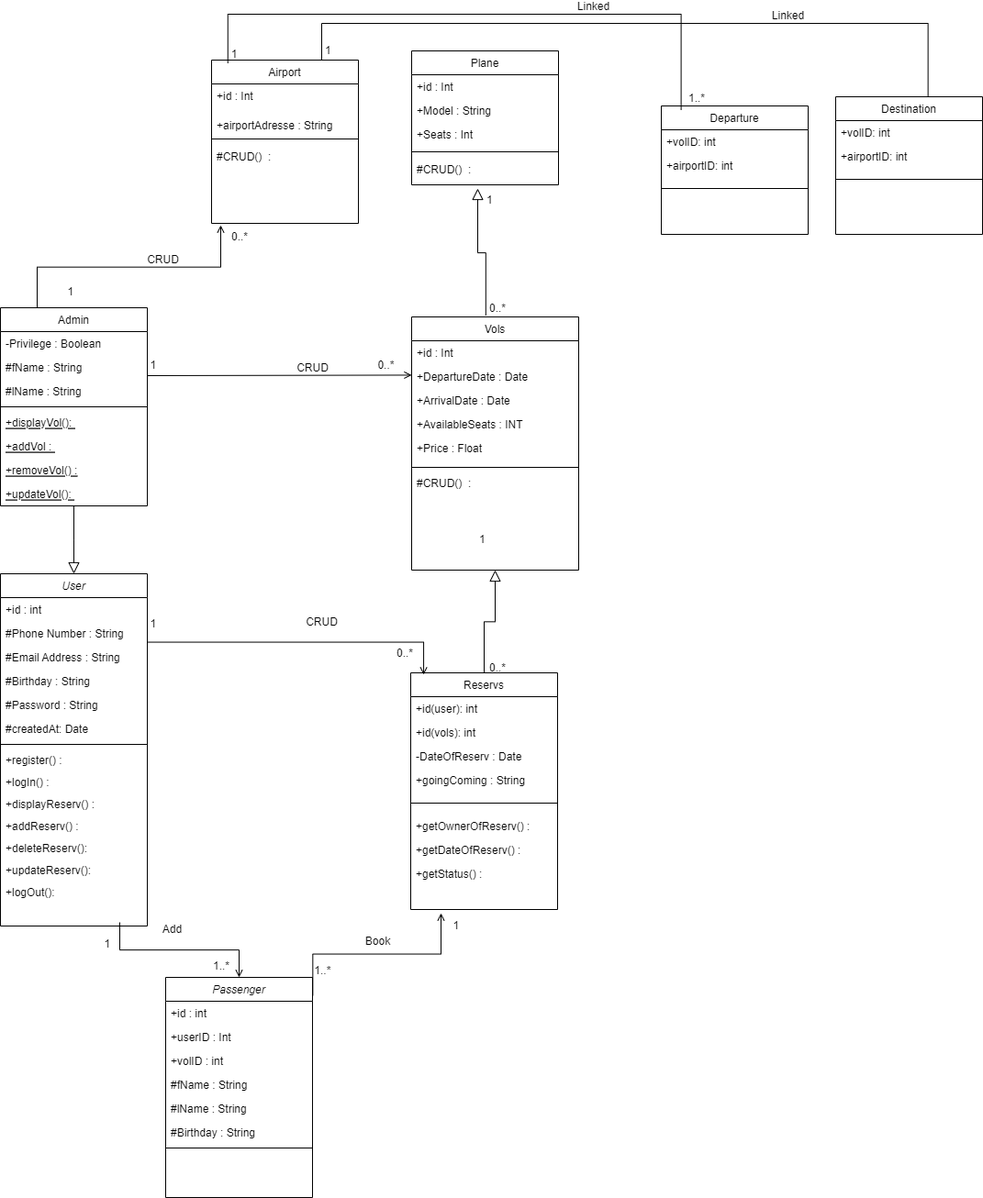
Earlier version of the draw.io export UML Conception/class diagram.png (mehdilagdimi/Flight-Resevation-Platform). Source tidied: cells renumbered, new cells last; positions are measured from the earlier drawing's top-left corner, leaving out a move shared by most shapes.
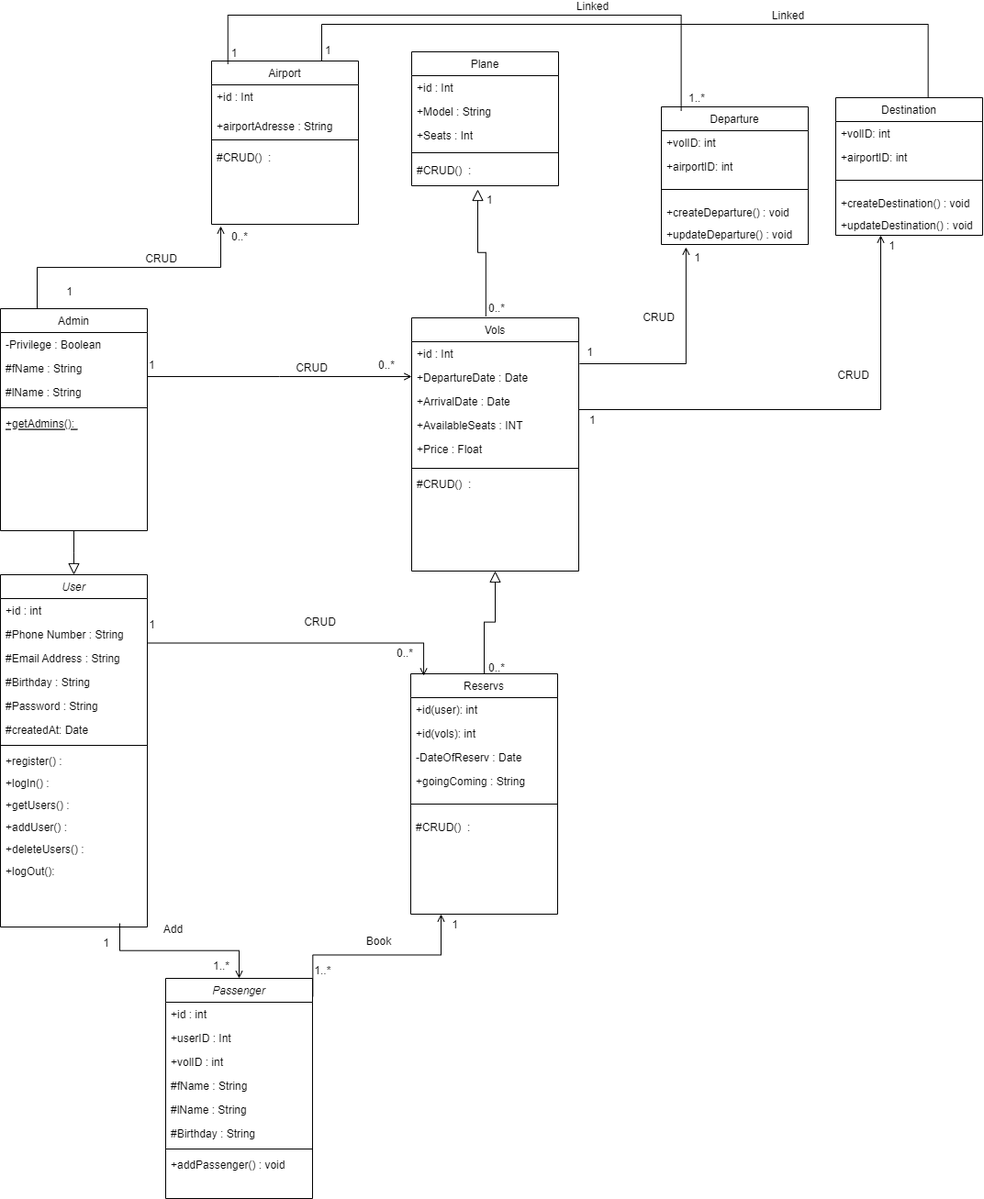
Above is the later version.

Diff of the diagram source:
```diff
@@ -32,23 +32,20 @@
     <mxCell id="11" value="+logIn() : " style="text;align=left;verticalAlign=top;spacingLeft=4;spacingRight=4;overflow=hidden;" parent="2" vertex="1">
       <mxGeometry y="214" width="160" height="24" as="geometry" />
     </mxCell>
-    <mxCell id="12" value="+displayReserv() : " style="text;align=left;verticalAlign=top;spacingLeft=4;spacingRight=4;overflow=hidden;" parent="2" vertex="1">
+    <mxCell id="12" value="+getUsers() : " style="text;align=left;verticalAlign=top;spacingLeft=4;spacingRight=4;overflow=hidden;" parent="2" vertex="1">
       <mxGeometry y="238" width="160" height="24" as="geometry" />
     </mxCell>
-    <mxCell id="13" value="+addReserv() : " style="text;align=left;verticalAlign=top;spacingLeft=4;spacingRight=4;overflow=hidden;" parent="2" vertex="1">
-      <mxGeometry y="262" width="160" height="24" as="geometry" />
-    </mxCell>
-    <mxCell id="14" value="+deleteReserv():" style="text;align=left;verticalAlign=top;spacingLeft=4;spacingRight=4;overflow=hidden;" parent="2" vertex="1">
-      <mxGeometry y="286" width="160" height="24" as="geometry" />
-    </mxCell>
-    <mxCell id="15" value="+updateReserv():" style="text;align=left;verticalAlign=top;spacingLeft=4;spacingRight=4;overflow=hidden;" parent="2" vertex="1">
-      <mxGeometry y="310" width="160" height="24" as="geometry" />
-    </mxCell>
+    <mxCell id="104" value="+addUser() : " style="text;align=left;verticalAlign=top;spacingLeft=4;spacingRight=4;overflow=hidden;" parent="2" vertex="1">
+      <mxGeometry y="262" width="160" height="24" as="geometry" />
+    </mxCell>
+    <mxCell id="105" value="+deleteUsers() : " style="text;align=left;verticalAlign=top;spacingLeft=4;spacingRight=4;overflow=hidden;" parent="2" vertex="1">
+      <mxGeometry y="286" width="160" height="24" as="geometry" />
+    </mxCell>
     <mxCell id="16" value="+logOut():" style="text;align=left;verticalAlign=top;spacingLeft=4;spacingRight=4;overflow=hidden;" parent="2" vertex="1">
-      <mxGeometry y="334" width="160" height="24" as="geometry" />
+      <mxGeometry y="310" width="160" height="24" as="geometry" />
     </mxCell>
     <mxCell id="17" value="Admin" style="swimlane;fontStyle=0;align=center;verticalAlign=top;horizontal=1;startSize=26;rounded=0;shadow=0;strokeWidth=1;" parent="1" vertex="1">
-      <mxGeometry y="320" width="160" height="216" as="geometry" />
+      <mxGeometry y="320" width="160" height="242" as="geometry" />
     </mxCell>
     <mxCell id="18" value="-Privilege : Boolean" style="text;align=left;verticalAlign=top;spacingLeft=4;spacingRight=4;overflow=hidden;rounded=0;shadow=0;html=0;" parent="17" vertex="1">
       <mxGeometry y="26" width="160" height="26" as="geometry" />
@@ -62,23 +59,14 @@
     <mxCell id="21" style="line;html=1;strokeWidth=1;align=left;verticalAlign=middle;spacingTop=-1;spacingLeft=3;spacingRight=3;labelPosition=right;" parent="17" vertex="1">
       <mxGeometry y="104" width="160" height="8" as="geometry" />
     </mxCell>
-    <mxCell id="22" value="+displayVol(): " style="text;align=left;verticalAlign=top;spacingLeft=4;spacingRight=4;overflow=hidden;fontStyle=4;" parent="17" vertex="1">
+    <mxCell id="22" value="+getAdmins(): " style="text;align=left;verticalAlign=top;spacingLeft=4;spacingRight=4;overflow=hidden;fontStyle=4;" parent="17" vertex="1">
       <mxGeometry y="112" width="160" height="26" as="geometry" />
     </mxCell>
-    <mxCell id="23" value="+addVol : " style="text;align=left;verticalAlign=top;spacingLeft=4;spacingRight=4;overflow=hidden;fontStyle=4;" parent="17" vertex="1">
-      <mxGeometry y="138" width="160" height="26" as="geometry" />
-    </mxCell>
-    <mxCell id="24" value="+removeVol() :" style="text;align=left;verticalAlign=top;spacingLeft=4;spacingRight=4;overflow=hidden;fontStyle=4;" parent="17" vertex="1">
-      <mxGeometry y="164" width="160" height="26" as="geometry" />
-    </mxCell>
-    <mxCell id="25" value="+updateVol(): " style="text;align=left;verticalAlign=top;spacingLeft=4;spacingRight=4;overflow=hidden;fontStyle=4;" parent="17" vertex="1">
-      <mxGeometry y="190" width="160" height="26" as="geometry" />
-    </mxCell>
     <mxCell id="26" style="endArrow=block;endSize=10;endFill=0;shadow=0;strokeWidth=1;rounded=0;edgeStyle=elbowEdgeStyle;elbow=vertical;" parent="1" edge="1" source="17" target="2">
       <mxGeometry relative="1" as="geometry" />
     </mxCell>
     <mxCell id="27" value="Reservs" style="swimlane;fontStyle=0;align=center;verticalAlign=top;horizontal=1;startSize=26;rounded=0;shadow=0;strokeWidth=1;" parent="1" vertex="1">
-      <mxGeometry x="447" y="718" width="160" height="258" as="geometry" />
+      <mxGeometry x="447" y="718" width="160" height="262" as="geometry" />
     </mxCell>
     <mxCell id="28" value="+id(user): int" style="text;align=left;verticalAlign=top;spacingLeft=4;spacingRight=4;overflow=hidden;" parent="27" vertex="1">
       <mxGeometry y="26" width="160" height="26" as="geometry" />
@@ -95,15 +83,9 @@
     <mxCell id="32" style="line;html=1;strokeWidth=1;align=left;verticalAlign=middle;spacingTop=-1;spacingLeft=3;spacingRight=3;labelPosition=right;" parent="27" vertex="1">
       <mxGeometry y="130" width="160" height="24" as="geometry" />
     </mxCell>
-    <mxCell id="33" value="+getOwnerOfReserv() :" style="text;align=left;verticalAlign=top;spacingLeft=4;spacingRight=4;overflow=hidden;" parent="27" vertex="1">
-      <mxGeometry y="154" width="160" height="26" as="geometry" />
-    </mxCell>
-    <mxCell id="34" value="+getDateOfReserv() :" style="text;align=left;verticalAlign=top;spacingLeft=4;spacingRight=4;overflow=hidden;" parent="27" vertex="1">
-      <mxGeometry y="180" width="160" height="26" as="geometry" />
-    </mxCell>
-    <mxCell id="35" value="+getStatus() :" style="text;align=left;verticalAlign=top;spacingLeft=4;spacingRight=4;overflow=hidden;" parent="27" vertex="1">
-      <mxGeometry y="206" width="160" height="26" as="geometry" />
-    </mxCell>
+    <mxCell id="106" value="#CRUD()  : " style="text;align=left;verticalAlign=top;spacingLeft=4;spacingRight=4;overflow=hidden;" parent="27" vertex="1">
+      <mxGeometry y="154" width="160" height="30" as="geometry" />
+    </mxCell>
     <mxCell id="36" value="Vols" style="swimlane;fontStyle=0;align=center;verticalAlign=top;horizontal=1;startSize=26;rounded=0;shadow=0;strokeWidth=1;" parent="1" vertex="1">
       <mxGeometry x="448" y="330" width="182" height="276" as="geometry" />
     </mxCell>
@@ -174,7 +156,7 @@
       <mxGeometry relative="1" as="geometry" />
     </mxCell>
     <mxCell id="53" value="1" style="html=1;align=left;verticalAlign=bottom;" parent="1" vertex="1">
-      <mxGeometry x="520" y="580" as="geometry" />
+      <mxGeometry x="640" y="450" as="geometry" />
     </mxCell>
     <mxCell id="54" value="0..*" style="html=1;align=right;verticalAlign=bottom;" parent="1" vertex="1">
       <mxGeometry x="550" y="720" as="geometry" />
@@ -249,8 +231,11 @@
     <mxCell id="76" style="line;html=1;strokeWidth=1;align=left;verticalAlign=middle;spacingTop=-1;spacingLeft=3;spacingRight=3;labelPosition=right;" parent="69" vertex="1">
       <mxGeometry y="182" width="160" height="8" as="geometry" />
     </mxCell>
+    <mxCell id="107" value="+addPassenger() : void" style="text;align=left;verticalAlign=top;spacingLeft=4;spacingRight=4;overflow=hidden;" parent="69" vertex="1">
+      <mxGeometry y="190" width="160" height="24" as="geometry" />
+    </mxCell>
     <mxCell id="77" value="Departure" style="swimlane;fontStyle=0;align=center;verticalAlign=top;horizontal=1;startSize=26;rounded=0;shadow=0;strokeWidth=1;" parent="1" vertex="1">
-      <mxGeometry x="720" y="100" width="160" height="140" as="geometry" />
+      <mxGeometry x="720" y="100" width="160" height="150" as="geometry" />
     </mxCell>
     <mxCell id="78" value="+volID: int" style="text;align=left;verticalAlign=top;spacingLeft=4;spacingRight=4;overflow=hidden;" parent="77" vertex="1">
       <mxGeometry y="26" width="160" height="26" as="geometry" />
@@ -261,6 +246,12 @@
     <mxCell id="80" style="line;html=1;strokeWidth=1;align=left;verticalAlign=middle;spacingTop=-1;spacingLeft=3;spacingRight=3;labelPosition=right;" parent="77" vertex="1">
       <mxGeometry y="78" width="160" height="24" as="geometry" />
     </mxCell>
+    <mxCell id="108" value="+createDeparture() : void" style="text;align=left;verticalAlign=top;spacingLeft=4;spacingRight=4;overflow=hidden;" parent="77" vertex="1">
+      <mxGeometry y="102" width="160" height="24" as="geometry" />
+    </mxCell>
+    <mxCell id="109" value="+updateDeparture() : void" style="text;align=left;verticalAlign=top;spacingLeft=4;spacingRight=4;overflow=hidden;points=[[0,0.5],[1,0.5]];portConstraint=eastwest;" parent="77" vertex="1">
+      <mxGeometry y="126" width="160" height="24" as="geometry" />
+    </mxCell>
     <mxCell id="81" value="Destination" style="swimlane;fontStyle=0;align=center;verticalAlign=top;horizontal=1;startSize=26;rounded=0;shadow=0;strokeWidth=1;" parent="1" vertex="1">
       <mxGeometry x="910" y="90" width="160" height="150" as="geometry" />
     </mxCell>
@@ -273,6 +264,12 @@
     <mxCell id="84" style="line;html=1;strokeWidth=1;align=left;verticalAlign=middle;spacingTop=-1;spacingLeft=3;spacingRight=3;labelPosition=right;" parent="81" vertex="1">
       <mxGeometry y="78" width="160" height="24" as="geometry" />
     </mxCell>
+    <mxCell id="110" value="+createDestination() : void" style="text;align=left;verticalAlign=top;spacingLeft=4;spacingRight=4;overflow=hidden;" parent="81" vertex="1">
+      <mxGeometry y="102" width="160" height="24" as="geometry" />
+    </mxCell>
+    <mxCell id="111" value="+updateDestination() : void" style="text;align=left;verticalAlign=top;spacingLeft=4;spacingRight=4;overflow=hidden;" parent="81" vertex="1">
+      <mxGeometry y="126" width="160" height="24" as="geometry" />
+    </mxCell>
     <mxCell id="85" style="endArrow=open;shadow=0;strokeWidth=1;rounded=0;endFill=1;edgeStyle=elbowEdgeStyle;elbow=vertical;exitX=0.25;exitY=0;exitDx=0;exitDy=0;" parent="1" edge="1" source="17">
       <mxGeometry x="0.5" y="41" relative="1" as="geometry">
         <mxPoint x="240" y="230" as="targetPoint" />
@@ -375,5 +372,50 @@
         <mxPoint x="-38" y="40" as="offset" />
       </mxGeometry>
     </mxCell>
+    <mxCell id="112" style="endArrow=open;shadow=0;strokeWidth=1;rounded=0;endFill=1;edgeStyle=elbowEdgeStyle;elbow=vertical;exitX=1.005;exitY=-0.077;exitDx=0;exitDy=0;exitPerimeter=0;entryX=0.168;entryY=1.127;entryDx=0;entryDy=0;entryPerimeter=0;" parent="1" edge="1" source="38" target="109">
+      <mxGeometry x="0.5" y="41" relative="1" as="geometry">
+        <Array as="points">
+          <mxPoint x="820" y="380" />
+          <mxPoint x="680" y="330" />
+        </Array>
+        <mxPoint x="-40" y="32" as="offset" />
+      </mxGeometry>
+    </mxCell>
+    <mxCell id="113" value="1" style="align=right;verticalAlign=bottom;labelBackgroundColor=none;fontSize=12;" parent="112" vertex="1">
+      <mxGeometry x="1" relative="1" as="geometry">
+        <mxPoint x="17" y="20" as="offset" />
+      </mxGeometry>
+    </mxCell>
+    <mxCell id="114" value="CRUD" style="text;html=1;align=center;verticalAlign=middle;labelBackgroundColor=none;rounded=0;shadow=0;strokeWidth=1;fontSize=12;" parent="112" vertex="1">
+      <mxGeometry x="0.5" y="49" relative="1" as="geometry">
+        <mxPoint x="19" y="15" as="offset" />
+      </mxGeometry>
+    </mxCell>
+    <mxCell id="115" value="1" style="align=right;verticalAlign=bottom;labelBackgroundColor=none;fontSize=12;" parent="1" vertex="1">
+      <mxGeometry x="777" y="269.9" as="geometry">
+        <mxPoint x="-130" y="106" as="offset" />
+      </mxGeometry>
+    </mxCell>
+    <mxCell id="116" style="endArrow=open;shadow=0;strokeWidth=1;rounded=0;endFill=1;edgeStyle=elbowEdgeStyle;elbow=vertical;" parent="1" edge="1">
+      <mxGeometry x="0.5" y="41" relative="1" as="geometry">
+        <mxPoint x="630" y="400" as="sourcePoint" />
+        <mxPoint x="959" y="240" as="targetPoint" />
+        <Array as="points">
+          <mxPoint x="790" y="430" />
+          <mxPoint x="889.1" y="340" />
+        </Array>
+        <mxPoint x="-40" y="32" as="offset" />
+      </mxGeometry>
+    </mxCell>
+    <mxCell id="117" value="1" style="align=right;verticalAlign=bottom;labelBackgroundColor=none;fontSize=12;" parent="116" vertex="1">
+      <mxGeometry x="1" relative="1" as="geometry">
+        <mxPoint x="17" y="20" as="offset" />
+      </mxGeometry>
+    </mxCell>
+    <mxCell id="118" value="CRUD" style="text;html=1;align=center;verticalAlign=middle;labelBackgroundColor=none;rounded=0;shadow=0;strokeWidth=1;fontSize=12;" parent="116" vertex="1">
+      <mxGeometry x="0.5" y="49" relative="1" as="geometry">
+        <mxPoint x="19" y="15" as="offset" />
+      </mxGeometry>
+    </mxCell>
   </root>
 </mxGraphModel>
```
